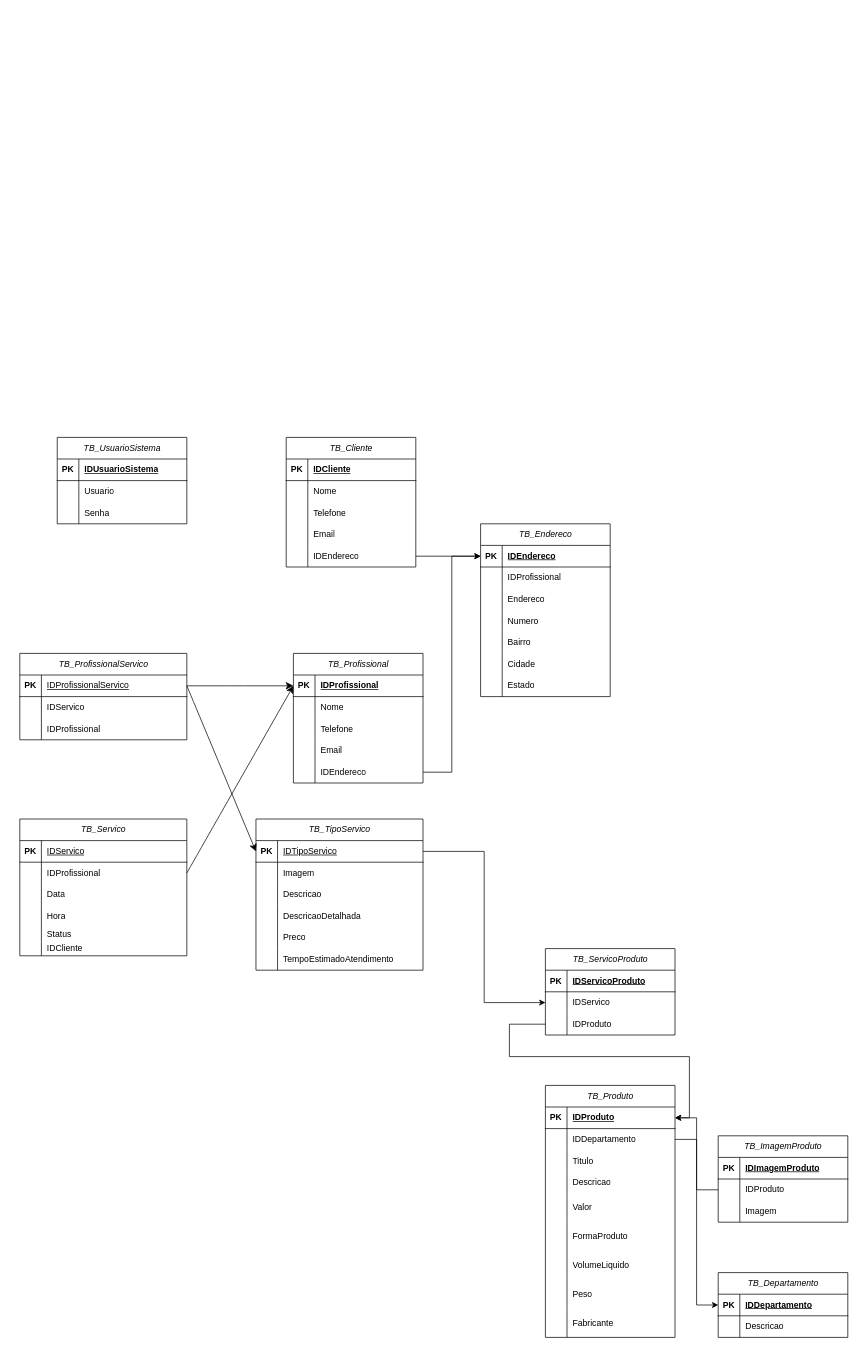
mpgwave/app-sobrancelhas keeps this draw.io diagram as Diagrama_App_Sobrancelha.drawio. Above is the earlier version. Source tidied: cells renumbered, new cells numbered last; positions are measured from the earlier drawing's top-left corner, leaving out a move shared by most shapes. Both pictures are drawn from the tidied source at 72%, with x=0, y=0 at pixel (19, 437).
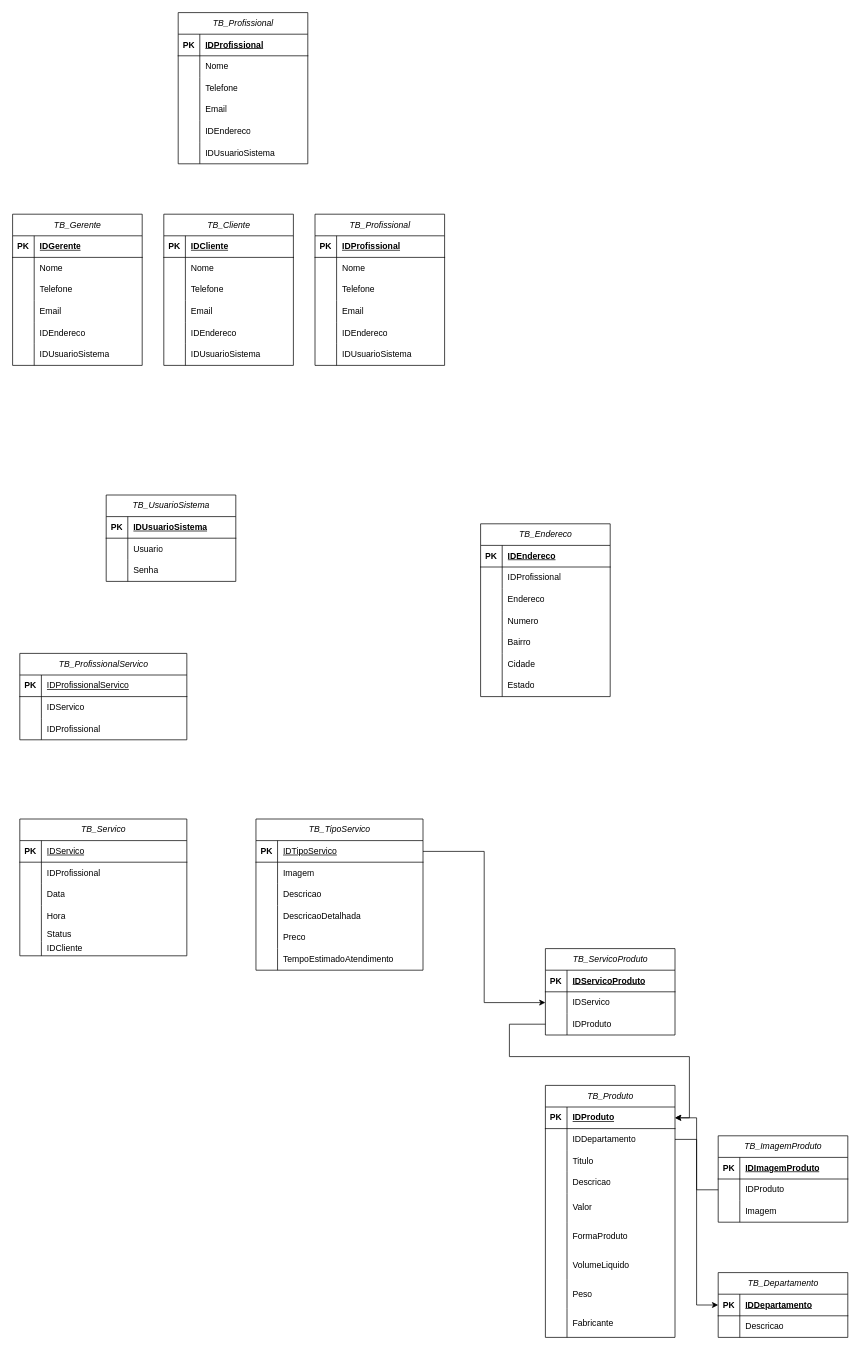
The same page after the edit.

The change refers to these unchanged cells:
```xml
<mxCell id="3" style="shape=tableRow;horizontal=0;startSize=0;swimlaneHead=0;swimlaneBody=0;fillColor=none;points=[[0,0.5],[1,0.5]];portConstraint=eastwest;top=0;left=0;right=0;bottom=1;" parent="2" vertex="1">
  <mxGeometry y="30" width="180" height="30" as="geometry" />
</mxCell>
<mxCell id="15" style="shape=tableRow;horizontal=0;startSize=0;swimlaneHead=0;swimlaneBody=0;fillColor=none;points=[[0,0.5],[1,0.5]];portConstraint=eastwest;top=0;left=0;right=0;bottom=0;" parent="2" vertex="1">
  <mxGeometry y="150" width="180" height="30" as="geometry" />
</mxCell>
<mxCell id="19" style="shape=tableRow;horizontal=0;startSize=0;swimlaneHead=0;swimlaneBody=0;fillColor=none;points=[[0,0.5],[1,0.5]];portConstraint=eastwest;top=0;left=0;right=0;bottom=1;" parent="18" vertex="1">
  <mxGeometry y="30" width="180" height="30" as="geometry" />
</mxCell>
<mxCell id="41" style="shape=tableRow;horizontal=0;startSize=0;swimlaneHead=0;swimlaneBody=0;fillColor=none;points=[[0,0.5],[1,0.5]];portConstraint=eastwest;top=0;left=0;right=0;bottom=1;" parent="40" vertex="1">
  <mxGeometry y="30" width="232" height="30" as="geometry" />
</mxCell>
<mxCell id="60" style="shape=tableRow;horizontal=0;startSize=0;swimlaneHead=0;swimlaneBody=0;fillColor=none;points=[[0,0.5],[1,0.5]];portConstraint=eastwest;top=0;left=0;right=0;bottom=1;" parent="59" vertex="1">
  <mxGeometry y="30" width="232" height="30" as="geometry" />
</mxCell>
<mxCell id="75" style="shape=tableRow;horizontal=0;startSize=0;swimlaneHead=0;swimlaneBody=0;fillColor=none;points=[[0,0.5],[1,0.5]];portConstraint=eastwest;top=0;left=0;right=0;bottom=0;" parent="71" vertex="1">
  <mxGeometry y="60" width="232" height="30" as="geometry" />
</mxCell>
<mxCell id="162" style="shape=tableRow;horizontal=0;startSize=0;swimlaneHead=0;swimlaneBody=0;fillColor=none;points=[[0,0.5],[1,0.5]];portConstraint=eastwest;top=0;left=0;right=0;bottom=0;" parent="149" vertex="1">
  <mxGeometry y="150" width="180" height="30" as="geometry" />
</mxCell>
```

What changed in the source:
```diff
@@
     <mxCell id="2" value="&lt;span style=&quot;font-style: italic; font-weight: 400;&quot;&gt;TB_Profissional&lt;/span&gt;" style="shape=table;startSize=30;childLayout=tableLayout;rowLines=0;fontStyle=1;align=center;html=1;" parent="1" vertex="1">
-      <mxGeometry x="380" y="300" width="180" height="180" as="geometry" />
+      <mxGeometry x="410" y="-310" width="180" height="210" as="geometry" />
     </mxCell>
@@
+    <mxCell id="178" style="shape=tableRow;horizontal=0;startSize=0;swimlaneHead=0;swimlaneBody=0;fillColor=none;top=0;left=0;right=0;bottom=0;" parent="2" vertex="1">
+      <mxGeometry y="180" width="180" height="30" as="geometry" />
+    </mxCell>
+    <mxCell id="179" style="shape=partialRectangle;fillColor=none;top=0;left=0;bottom=0;right=0;overflow=hidden;whiteSpace=wrap;html=1;" parent="178" vertex="1">
+      <mxGeometry width="30" height="30" as="geometry" />
+    </mxCell>
+    <mxCell id="180" value="IDUsuarioSistema" style="shape=partialRectangle;fillColor=none;top=0;left=0;bottom=0;right=0;align=left;spacingLeft=6;overflow=hidden;whiteSpace=wrap;html=1;" parent="178" vertex="1">
+      <mxGeometry x="30" width="150" height="30" as="geometry" />
+    </mxCell>
@@
-    <mxCell id="69" style="edgeStyle=none;curved=1;rounded=0;jettySize=auto;html=1;exitX=1;exitY=0.5;exitDx=0;exitDy=0;entryX=0;entryY=0.5;entryDx=0;entryDy=0;fontSize=12;startSize=8;endSize=8;" parent="1" edge="1" source="60" target="3">
-      <mxGeometry relative="1" as="geometry" />
-    </mxCell>
-    <mxCell id="70" style="edgeStyle=none;curved=1;rounded=0;jettySize=auto;html=1;exitX=1;exitY=0.5;exitDx=0;exitDy=0;entryX=0;entryY=0.5;entryDx=0;entryDy=0;fontSize=12;startSize=8;endSize=8;" parent="1" edge="1" source="60" target="41">
-      <mxGeometry relative="1" as="geometry" />
-    </mxCell>
@@
-    <mxCell id="90" style="edgeStyle=none;curved=1;rounded=0;jettySize=auto;html=1;exitX=1;exitY=0.5;exitDx=0;exitDy=0;entryX=0;entryY=0.5;entryDx=0;entryDy=0;fontSize=12;startSize=8;endSize=8;" parent="1" edge="1" source="75" target="3">
-      <mxGeometry relative="1" as="geometry" />
-    </mxCell>
@@
     <mxCell id="149" value="&lt;span style=&quot;font-style: italic; font-weight: 400;&quot;&gt;TB_Cliente&lt;/span&gt;" style="shape=table;startSize=30;childLayout=tableLayout;rowLines=0;fontStyle=1;align=center;html=1;" parent="1" vertex="1">
-      <mxGeometry x="370" width="180" height="180" as="geometry" />
+      <mxGeometry x="200" y="-310" width="180" height="210" as="geometry" />
     </mxCell>
@@
-    <mxCell id="165" style="edgeStyle=orthogonalEdgeStyle;rounded=0;jettySize=auto;html=1;entryX=0;entryY=0.5;entryDx=0;entryDy=0;" parent="1" edge="1" source="15" target="19">
-      <mxGeometry relative="1" as="geometry" />
-    </mxCell>
-    <mxCell id="166" style="edgeStyle=orthogonalEdgeStyle;rounded=0;jettySize=auto;html=1;entryX=0;entryY=0.5;entryDx=0;entryDy=0;" parent="1" edge="1" source="162" target="19">
-      <mxGeometry relative="1" as="geometry" />
-    </mxCell>
+    <mxCell id="181" style="shape=tableRow;horizontal=0;startSize=0;swimlaneHead=0;swimlaneBody=0;fillColor=none;top=0;left=0;right=0;bottom=0;" parent="149" vertex="1">
+      <mxGeometry y="180" width="180" height="30" as="geometry" />
+    </mxCell>
+    <mxCell id="182" style="shape=partialRectangle;fillColor=none;top=0;left=0;bottom=0;right=0;overflow=hidden;whiteSpace=wrap;html=1;" parent="181" vertex="1">
+      <mxGeometry width="30" height="30" as="geometry" />
+    </mxCell>
+    <mxCell id="183" value="IDUsuarioSistema" style="shape=partialRectangle;fillColor=none;top=0;left=0;bottom=0;right=0;align=left;spacingLeft=6;overflow=hidden;whiteSpace=wrap;html=1;" parent="181" vertex="1">
+      <mxGeometry x="30" width="150" height="30" as="geometry" />
+    </mxCell>
@@
     <mxCell id="168" value="&lt;span style=&quot;font-style: italic; font-weight: 400;&quot;&gt;TB_UsuarioSistema&lt;/span&gt;" style="shape=table;startSize=30;childLayout=tableLayout;rowLines=0;fontStyle=1;align=center;html=1;" parent="1" vertex="1">
-      <mxGeometry x="52" width="180" height="120" as="geometry" />
+      <mxGeometry x="120" y="80" width="180" height="120" as="geometry" />
     </mxCell>
@@
+    <mxCell id="184" value="&lt;span style=&quot;font-style: italic; font-weight: 400;&quot;&gt;TB_Gerente&lt;/span&gt;" style="shape=table;startSize=30;childLayout=tableLayout;rowLines=0;fontStyle=1;align=center;html=1;" parent="1" vertex="1">
+      <mxGeometry x="-10" y="-310" width="180" height="210" as="geometry" />
+    </mxCell>
+    <mxCell id="185" style="shape=tableRow;horizontal=0;startSize=0;swimlaneHead=0;swimlaneBody=0;fillColor=none;top=0;left=0;right=0;bottom=1;" parent="184" vertex="1">
+      <mxGeometry y="30" width="180" height="30" as="geometry" />
+    </mxCell>
+    <mxCell id="186" value="PK" style="shape=partialRectangle;fillColor=none;top=0;left=0;bottom=0;right=0;fontStyle=1;overflow=hidden;whiteSpace=wrap;html=1;" parent="185" vertex="1">
+      <mxGeometry width="30" height="30" as="geometry" />
+    </mxCell>
+    <mxCell id="187" value="IDGerente" style="shape=partialRectangle;fillColor=none;top=0;left=0;bottom=0;right=0;align=left;spacingLeft=6;fontStyle=5;overflow=hidden;whiteSpace=wrap;html=1;" parent="185" vertex="1">
+      <mxGeometry x="30" width="150" height="30" as="geometry" />
+    </mxCell>
+    <mxCell id="188" style="shape=tableRow;horizontal=0;startSize=0;swimlaneHead=0;swimlaneBody=0;fillColor=none;top=0;left=0;right=0;bottom=0;" parent="184" vertex="1">
+      <mxGeometry y="60" width="180" height="30" as="geometry" />
+    </mxCell>
+    <mxCell id="189" style="shape=partialRectangle;fillColor=none;top=0;left=0;bottom=0;right=0;overflow=hidden;whiteSpace=wrap;html=1;" parent="188" vertex="1">
+      <mxGeometry width="30" height="30" as="geometry" />
+    </mxCell>
+    <mxCell id="190" value="Nome" style="shape=partialRectangle;fillColor=none;top=0;left=0;bottom=0;right=0;align=left;spacingLeft=6;overflow=hidden;whiteSpace=wrap;html=1;" parent="188" vertex="1">
+      <mxGeometry x="30" width="150" height="30" as="geometry" />
+    </mxCell>
+    <mxCell id="191" style="shape=tableRow;horizontal=0;startSize=0;swimlaneHead=0;swimlaneBody=0;fillColor=none;top=0;left=0;right=0;bottom=0;" parent="184" vertex="1">
+      <mxGeometry y="90" width="180" height="30" as="geometry" />
+    </mxCell>
+    <mxCell id="192" style="shape=partialRectangle;fillColor=none;top=0;left=0;bottom=0;right=0;overflow=hidden;whiteSpace=wrap;html=1;" parent="191" vertex="1">
+      <mxGeometry width="30" height="30" as="geometry" />
+    </mxCell>
+    <mxCell id="193" value="Telefone" style="shape=partialRectangle;fillColor=none;top=0;left=0;bottom=0;right=0;align=left;spacingLeft=6;overflow=hidden;whiteSpace=wrap;html=1;" parent="191" vertex="1">
+      <mxGeometry x="30" width="150" height="30" as="geometry" />
+    </mxCell>
+    <mxCell id="194" style="shape=tableRow;horizontal=0;startSize=0;swimlaneHead=0;swimlaneBody=0;fillColor=none;top=0;left=0;right=0;bottom=0;" parent="184" vertex="1">
+      <mxGeometry y="120" width="180" height="30" as="geometry" />
+    </mxCell>
+    <mxCell id="195" style="shape=partialRectangle;fillColor=none;top=0;left=0;bottom=0;right=0;overflow=hidden;whiteSpace=wrap;html=1;" parent="194" vertex="1">
+      <mxGeometry width="30" height="30" as="geometry" />
+    </mxCell>
+    <mxCell id="196" value="Email" style="shape=partialRectangle;fillColor=none;top=0;left=0;bottom=0;right=0;align=left;spacingLeft=6;overflow=hidden;whiteSpace=wrap;html=1;" parent="194" vertex="1">
+      <mxGeometry x="30" width="150" height="30" as="geometry" />
+    </mxCell>
+    <mxCell id="197" style="shape=tableRow;horizontal=0;startSize=0;swimlaneHead=0;swimlaneBody=0;fillColor=none;top=0;left=0;right=0;bottom=0;" parent="184" vertex="1">
+      <mxGeometry y="150" width="180" height="30" as="geometry" />
+    </mxCell>
+    <mxCell id="198" style="shape=partialRectangle;fillColor=none;top=0;left=0;bottom=0;right=0;overflow=hidden;whiteSpace=wrap;html=1;" parent="197" vertex="1">
+      <mxGeometry width="30" height="30" as="geometry" />
+    </mxCell>
+    <mxCell id="199" value="IDEndereco" style="shape=partialRectangle;fillColor=none;top=0;left=0;bottom=0;right=0;align=left;spacingLeft=6;overflow=hidden;whiteSpace=wrap;html=1;" parent="197" vertex="1">
+      <mxGeometry x="30" width="150" height="30" as="geometry" />
+    </mxCell>
+    <mxCell id="200" style="shape=tableRow;horizontal=0;startSize=0;swimlaneHead=0;swimlaneBody=0;fillColor=none;top=0;left=0;right=0;bottom=0;" parent="184" vertex="1">
+      <mxGeometry y="180" width="180" height="30" as="geometry" />
+    </mxCell>
+    <mxCell id="201" style="shape=partialRectangle;fillColor=none;top=0;left=0;bottom=0;right=0;overflow=hidden;whiteSpace=wrap;html=1;" parent="200" vertex="1">
+      <mxGeometry width="30" height="30" as="geometry" />
+    </mxCell>
+    <mxCell id="202" value="IDUsuarioSistema" style="shape=partialRectangle;fillColor=none;top=0;left=0;bottom=0;right=0;align=left;spacingLeft=6;overflow=hidden;whiteSpace=wrap;html=1;" parent="200" vertex="1">
+      <mxGeometry x="30" width="150" height="30" as="geometry" />
+    </mxCell>
+    <mxCell id="203" value="&lt;span style=&quot;font-style: italic; font-weight: 400;&quot;&gt;TB_Profissional&lt;/span&gt;" style="shape=table;startSize=30;childLayout=tableLayout;rowLines=0;fontStyle=1;align=center;html=1;" parent="1" vertex="1">
+      <mxGeometry x="220" y="-590" width="180" height="210" as="geometry" />
+    </mxCell>
+    <mxCell id="204" style="shape=tableRow;horizontal=0;startSize=0;swimlaneHead=0;swimlaneBody=0;fillColor=none;top=0;left=0;right=0;bottom=1;" parent="203" vertex="1">
+      <mxGeometry y="30" width="180" height="30" as="geometry" />
+    </mxCell>
+    <mxCell id="205" value="PK" style="shape=partialRectangle;fillColor=none;top=0;left=0;bottom=0;right=0;fontStyle=1;overflow=hidden;whiteSpace=wrap;html=1;" parent="204" vertex="1">
+      <mxGeometry width="30" height="30" as="geometry" />
+    </mxCell>
+    <mxCell id="206" value="IDProfissional" style="shape=partialRectangle;fillColor=none;top=0;left=0;bottom=0;right=0;align=left;spacingLeft=6;fontStyle=5;overflow=hidden;whiteSpace=wrap;html=1;" parent="204" vertex="1">
+      <mxGeometry x="30" width="150" height="30" as="geometry" />
+    </mxCell>
+    <mxCell id="207" style="shape=tableRow;horizontal=0;startSize=0;swimlaneHead=0;swimlaneBody=0;fillColor=none;top=0;left=0;right=0;bottom=0;" parent="203" vertex="1">
+      <mxGeometry y="60" width="180" height="30" as="geometry" />
+    </mxCell>
+    <mxCell id="208" style="shape=partialRectangle;fillColor=none;top=0;left=0;bottom=0;right=0;overflow=hidden;whiteSpace=wrap;html=1;" parent="207" vertex="1">
+      <mxGeometry width="30" height="30" as="geometry" />
+    </mxCell>
+    <mxCell id="209" value="Nome" style="shape=partialRectangle;fillColor=none;top=0;left=0;bottom=0;right=0;align=left;spacingLeft=6;overflow=hidden;whiteSpace=wrap;html=1;" parent="207" vertex="1">
+      <mxGeometry x="30" width="150" height="30" as="geometry" />
+    </mxCell>
+    <mxCell id="210" style="shape=tableRow;horizontal=0;startSize=0;swimlaneHead=0;swimlaneBody=0;fillColor=none;top=0;left=0;right=0;bottom=0;" parent="203" vertex="1">
+      <mxGeometry y="90" width="180" height="30" as="geometry" />
+    </mxCell>
+    <mxCell id="211" style="shape=partialRectangle;fillColor=none;top=0;left=0;bottom=0;right=0;overflow=hidden;whiteSpace=wrap;html=1;" parent="210" vertex="1">
+      <mxGeometry width="30" height="30" as="geometry" />
+    </mxCell>
+    <mxCell id="212" value="Telefone" style="shape=partialRectangle;fillColor=none;top=0;left=0;bottom=0;right=0;align=left;spacingLeft=6;overflow=hidden;whiteSpace=wrap;html=1;" parent="210" vertex="1">
+      <mxGeometry x="30" width="150" height="30" as="geometry" />
+    </mxCell>
+    <mxCell id="213" style="shape=tableRow;horizontal=0;startSize=0;swimlaneHead=0;swimlaneBody=0;fillColor=none;top=0;left=0;right=0;bottom=0;" parent="203" vertex="1">
+      <mxGeometry y="120" width="180" height="30" as="geometry" />
+    </mxCell>
+    <mxCell id="214" style="shape=partialRectangle;fillColor=none;top=0;left=0;bottom=0;right=0;overflow=hidden;whiteSpace=wrap;html=1;" parent="213" vertex="1">
+      <mxGeometry width="30" height="30" as="geometry" />
+    </mxCell>
+    <mxCell id="215" value="Email" style="shape=partialRectangle;fillColor=none;top=0;left=0;bottom=0;right=0;align=left;spacingLeft=6;overflow=hidden;whiteSpace=wrap;html=1;" parent="213" vertex="1">
+      <mxGeometry x="30" width="150" height="30" as="geometry" />
+    </mxCell>
+    <mxCell id="216" style="shape=tableRow;horizontal=0;startSize=0;swimlaneHead=0;swimlaneBody=0;fillColor=none;top=0;left=0;right=0;bottom=0;" parent="203" vertex="1">
+      <mxGeometry y="150" width="180" height="30" as="geometry" />
+    </mxCell>
+    <mxCell id="217" style="shape=partialRectangle;fillColor=none;top=0;left=0;bottom=0;right=0;overflow=hidden;whiteSpace=wrap;html=1;" parent="216" vertex="1">
+      <mxGeometry width="30" height="30" as="geometry" />
+    </mxCell>
+    <mxCell id="218" value="IDEndereco" style="shape=partialRectangle;fillColor=none;top=0;left=0;bottom=0;right=0;align=left;spacingLeft=6;overflow=hidden;whiteSpace=wrap;html=1;" parent="216" vertex="1">
+      <mxGeometry x="30" width="150" height="30" as="geometry" />
+    </mxCell>
+    <mxCell id="219" style="shape=tableRow;horizontal=0;startSize=0;swimlaneHead=0;swimlaneBody=0;fillColor=none;top=0;left=0;right=0;bottom=0;" parent="203" vertex="1">
+      <mxGeometry y="180" width="180" height="30" as="geometry" />
+    </mxCell>
+    <mxCell id="220" style="shape=partialRectangle;fillColor=none;top=0;left=0;bottom=0;right=0;overflow=hidden;whiteSpace=wrap;html=1;" parent="219" vertex="1">
+      <mxGeometry width="30" height="30" as="geometry" />
+    </mxCell>
+    <mxCell id="221" value="IDUsuarioSistema" style="shape=partialRectangle;fillColor=none;top=0;left=0;bottom=0;right=0;align=left;spacingLeft=6;overflow=hidden;whiteSpace=wrap;html=1;" parent="219" vertex="1">
+      <mxGeometry x="30" width="150" height="30" as="geometry" />
+    </mxCell>
```
